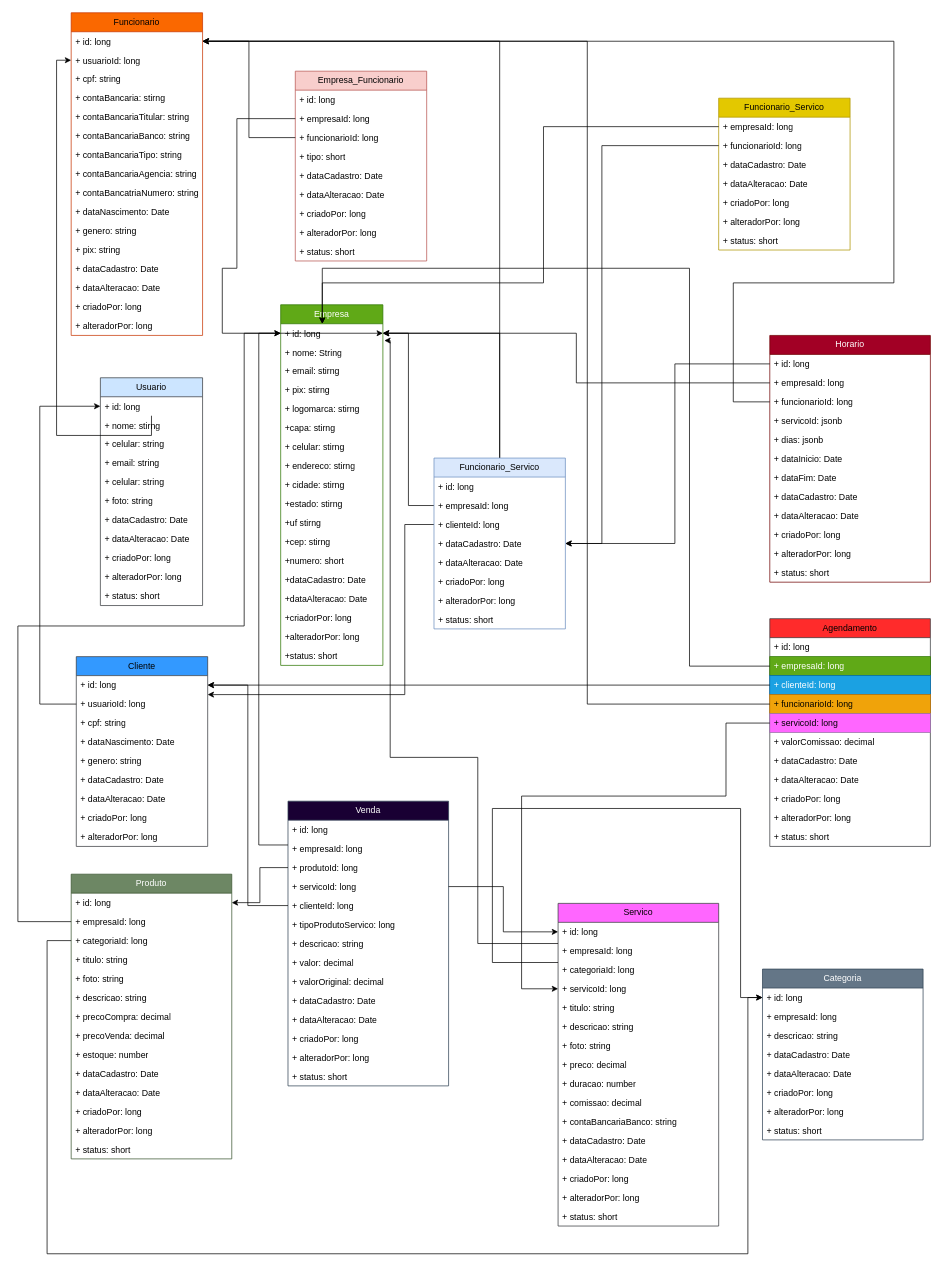
elsoncosta/GoBarber keeps this draw.io diagram as Diagrama sem nome.drawio. Above is the earlier version. Source tidied: cells renumbered, new cells numbered last; positions are measured from the earlier drawing's top-left corner, leaving out a move shared by most shapes. Both pictures are drawn from the tidied source at 73%, with x=0, y=0 at pixel (18, 12).
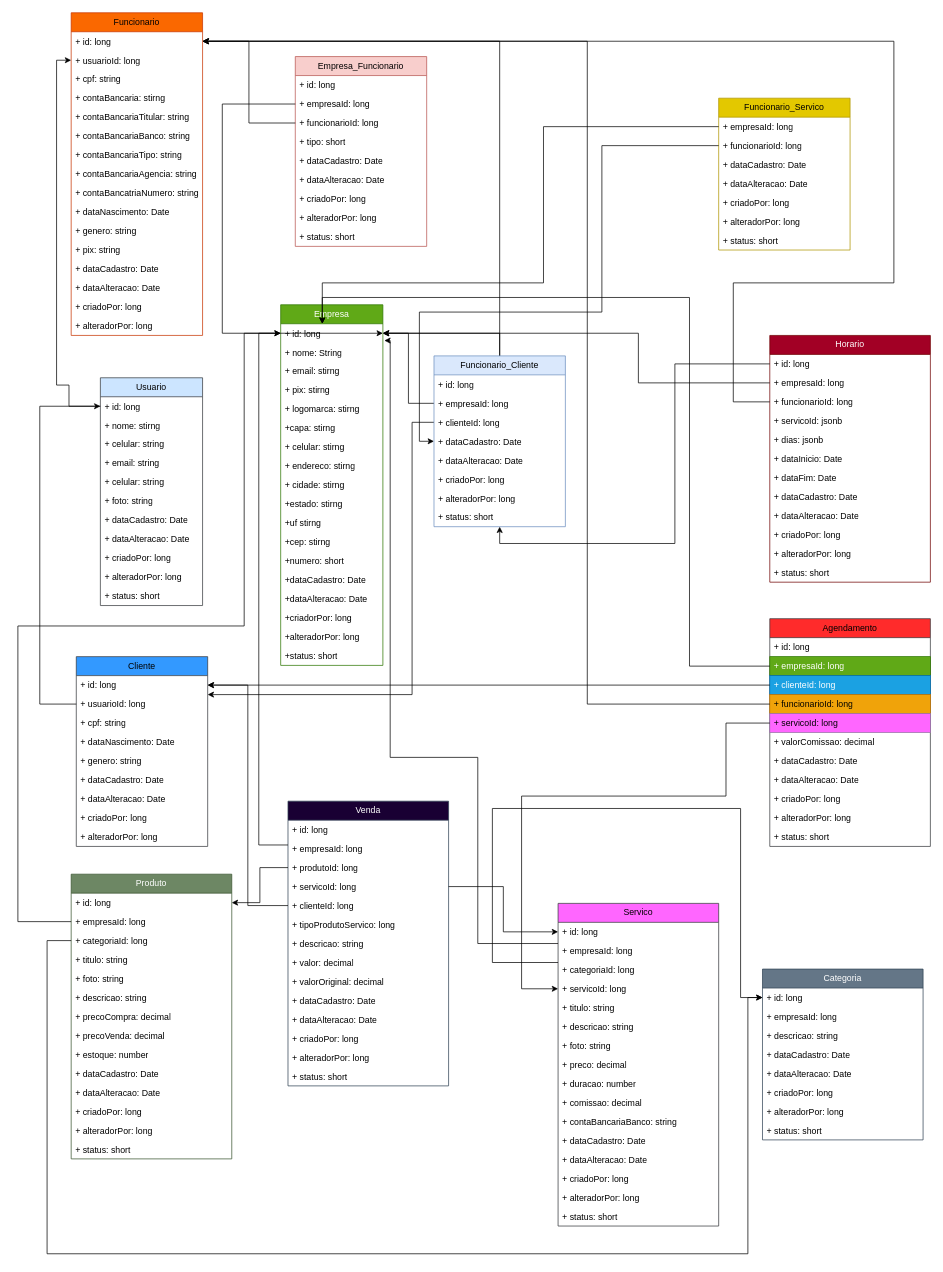
The same page after the edit.

The change refers to these unchanged cells:
```xml
<mxCell id="3" value="+ id: long" style="text;strokeColor=none;fillColor=none;align=left;verticalAlign=top;spacingLeft=4;spacingRight=4;overflow=hidden;points=[[0,0.5],[1,0.5]];portConstraint=eastwest;whiteSpace=wrap;html=1;" parent="2" vertex="1">
  <mxGeometry y="26" width="140" height="26" as="geometry" />
</mxCell>
<mxCell id="22" value="+ id: long" style="text;strokeColor=none;fillColor=none;align=left;verticalAlign=top;spacingLeft=4;spacingRight=4;overflow=hidden;points=[[0,0.5],[1,0.5]];portConstraint=eastwest;whiteSpace=wrap;html=1;" parent="21" vertex="1">
  <mxGeometry y="26" width="140" height="26" as="geometry" />
</mxCell>
<mxCell id="35" value="+ usuarioId: long" style="text;strokeColor=none;fillColor=none;align=left;verticalAlign=top;spacingLeft=4;spacingRight=4;overflow=hidden;points=[[0,0.5],[1,0.5]];portConstraint=eastwest;whiteSpace=wrap;html=1;" parent="33" vertex="1">
  <mxGeometry y="52" width="180" height="26" as="geometry" />
</mxCell>
<mxCell id="69" value="+ empresaId: long" style="text;strokeColor=none;fillColor=none;align=left;verticalAlign=top;spacingLeft=4;spacingRight=4;overflow=hidden;points=[[0,0.5],[1,0.5]];portConstraint=eastwest;whiteSpace=wrap;html=1;" parent="67" vertex="1">
  <mxGeometry y="52" width="220" height="26" as="geometry" />
</mxCell>
<mxCell id="82" value="+ empresaId: long" style="text;strokeColor=none;fillColor=none;align=left;verticalAlign=top;spacingLeft=4;spacingRight=4;overflow=hidden;points=[[0,0.5],[1,0.5]];portConstraint=eastwest;whiteSpace=wrap;html=1;" parent="80" vertex="1">
  <mxGeometry y="52" width="180" height="26" as="geometry" />
</mxCell>
<mxCell id="93" value="+ funcionarioId: long" style="text;strokeColor=none;fillColor=none;align=left;verticalAlign=top;spacingLeft=4;spacingRight=4;overflow=hidden;points=[[0,0.5],[1,0.5]];portConstraint=eastwest;whiteSpace=wrap;html=1;" parent="91" vertex="1">
  <mxGeometry y="52" width="180" height="26" as="geometry" />
</mxCell>
<mxCell id="106" value="+ id: long" style="text;strokeColor=none;fillColor=none;align=left;verticalAlign=top;spacingLeft=4;spacingRight=4;overflow=hidden;points=[[0,0.5],[1,0.5]];portConstraint=eastwest;whiteSpace=wrap;html=1;" parent="105" vertex="1">
  <mxGeometry y="26" width="180" height="26" as="geometry" />
</mxCell>
<mxCell id="120" value="+ empresaId: long" style="text;strokeColor=#2D7600;fillColor=#60a917;align=left;verticalAlign=top;spacingLeft=4;spacingRight=4;overflow=hidden;points=[[0,0.5],[1,0.5]];portConstraint=eastwest;whiteSpace=wrap;html=1;fontColor=#ffffff;" parent="118" vertex="1">
  <mxGeometry y="52" width="220" height="26" as="geometry" />
</mxCell>
<mxCell id="165" value="+ clienteId: long" style="text;strokeColor=none;fillColor=none;align=left;verticalAlign=top;spacingLeft=4;spacingRight=4;overflow=hidden;points=[[0,0.5],[1,0.5]];portConstraint=eastwest;whiteSpace=wrap;html=1;" parent="162" vertex="1">
  <mxGeometry y="78" width="180" height="26" as="geometry" />
</mxCell>
```

Diff of the diagram source:
```diff
@@
     <mxCell id="80" value="Empresa_Funcionario" style="swimlane;fontStyle=0;horizontal=1;startSize=26;fillColor=#f8cecc;whiteSpace=wrap;html=1;strokeColor=#b85450;" parent="1" vertex="1">
-      <mxGeometry x="380" y="80" width="180" height="260" as="geometry" />
+      <mxGeometry x="380" y="60" width="180" height="260" as="geometry" />
     </mxCell>
@@
     <mxCell id="90" style="edgeStyle=orthogonalEdgeStyle;rounded=0;jettySize=auto;html=1;entryX=1;entryY=0.5;entryDx=0;entryDy=0;" parent="1" edge="1" source="82" target="3">
       <mxGeometry relative="1" as="geometry">
         <Array as="points">
-          <mxPoint x="300" y="145" />
-          <mxPoint x="300" y="350" />
-          <mxPoint x="280" y="350" />
+          <mxPoint x="280" y="125" />
           <mxPoint x="280" y="439" />
         </Array>
       </mxGeometry>
     </mxCell>
@@
     <mxCell id="102" style="edgeStyle=orthogonalEdgeStyle;rounded=0;jettySize=auto;html=1;" parent="1" edge="1" source="22" target="35">
       <mxGeometry relative="1" as="geometry">
         <Array as="points">
-          <mxPoint x="53" y="579" />
+          <mxPoint x="70" y="539" />
+          <mxPoint x="70" y="510" />
+          <mxPoint x="53" y="510" />
           <mxPoint x="53" y="65" />
         </Array>
       </mxGeometry>
     </mxCell>
@@
     <mxCell id="116" style="edgeStyle=orthogonalEdgeStyle;rounded=0;jettySize=auto;html=1;" parent="1" edge="1" source="165" target="106">
       <mxGeometry relative="1" as="geometry">
         <Array as="points">
-          <mxPoint x="530" y="701" />
-          <mxPoint x="530" y="934" />
+          <mxPoint x="540" y="561" />
+          <mxPoint x="540" y="934" />
         </Array>
       </mxGeometry>
     </mxCell>
@@
     <mxCell id="147" style="edgeStyle=orthogonalEdgeStyle;rounded=0;jettySize=auto;html=1;" parent="1" edge="1" source="93" target="162">
       <mxGeometry relative="1" as="geometry">
         <Array as="points">
           <mxPoint x="800" y="182" />
-          <mxPoint x="800" y="727" />
+          <mxPoint x="800" y="410" />
+          <mxPoint x="550" y="410" />
+          <mxPoint x="550" y="587" />
         </Array>
       </mxGeometry>
     </mxCell>
@@
     <mxCell id="158" style="edgeStyle=orthogonalEdgeStyle;rounded=0;jettySize=auto;html=1;" parent="1" edge="1" source="120" target="3">
       <mxGeometry relative="1" as="geometry">
         <Array as="points">
           <mxPoint x="920" y="895" />
-          <mxPoint x="920" y="350" />
-          <mxPoint x="417" y="350" />
+          <mxPoint x="920" y="390" />
+          <mxPoint x="417" y="390" />
         </Array>
       </mxGeometry>
     </mxCell>
@@
     <mxCell id="160" style="edgeStyle=orthogonalEdgeStyle;rounded=0;jettySize=auto;html=1;" parent="1" edge="1" source="69" target="3">
-      <mxGeometry relative="1" as="geometry" />
+      <mxGeometry relative="1" as="geometry">
+        <Array as="points">
+          <mxPoint x="850" y="507" />
+          <mxPoint x="850" y="439" />
+        </Array>
+      </mxGeometry>
     </mxCell>
@@
-    <mxCell id="162" value="Funcionario_Servico" style="swimlane;fontStyle=0;horizontal=1;startSize=26;fillColor=#dae8fc;whiteSpace=wrap;html=1;strokeColor=#6c8ebf;" parent="1" vertex="1">
-      <mxGeometry x="570" y="610" width="180" height="234" as="geometry" />
+    <mxCell id="162" value="Funcionario_Cliente" style="swimlane;fontStyle=0;horizontal=1;startSize=26;fillColor=#dae8fc;whiteSpace=wrap;html=1;strokeColor=#6c8ebf;" parent="1" vertex="1">
+      <mxGeometry x="570" y="470" width="180" height="234" as="geometry" />
     </mxCell>
```
